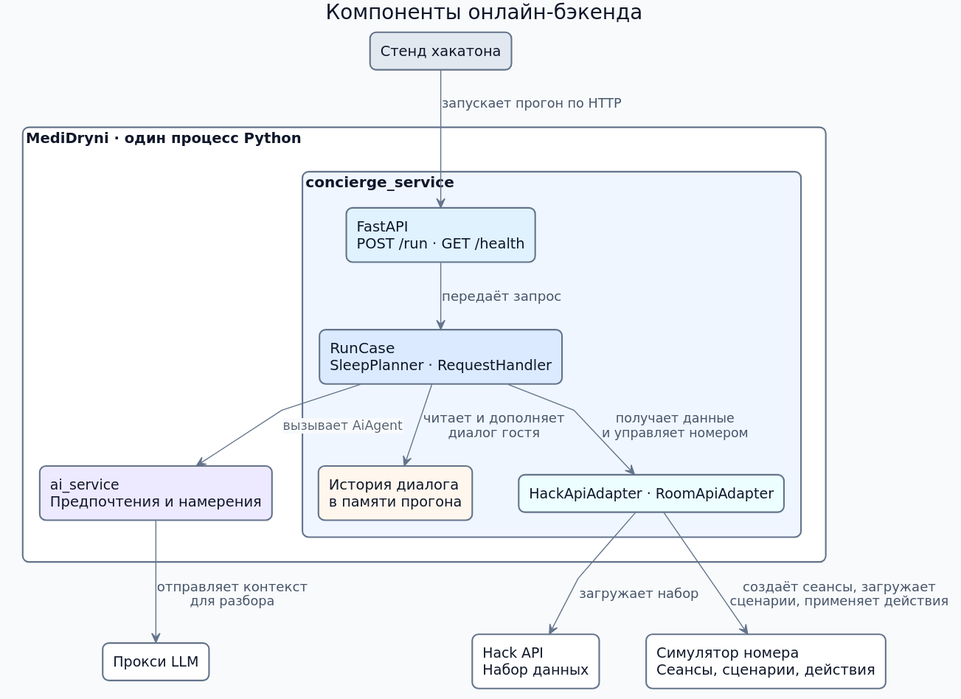
Krovenmor/sain-hack-2026-MediDryni keeps this PlantUML diagram as docs/plan/c2-component.svg. Above is the earlier version. Its source is kept beside it as docs/plan/c2-component.puml.
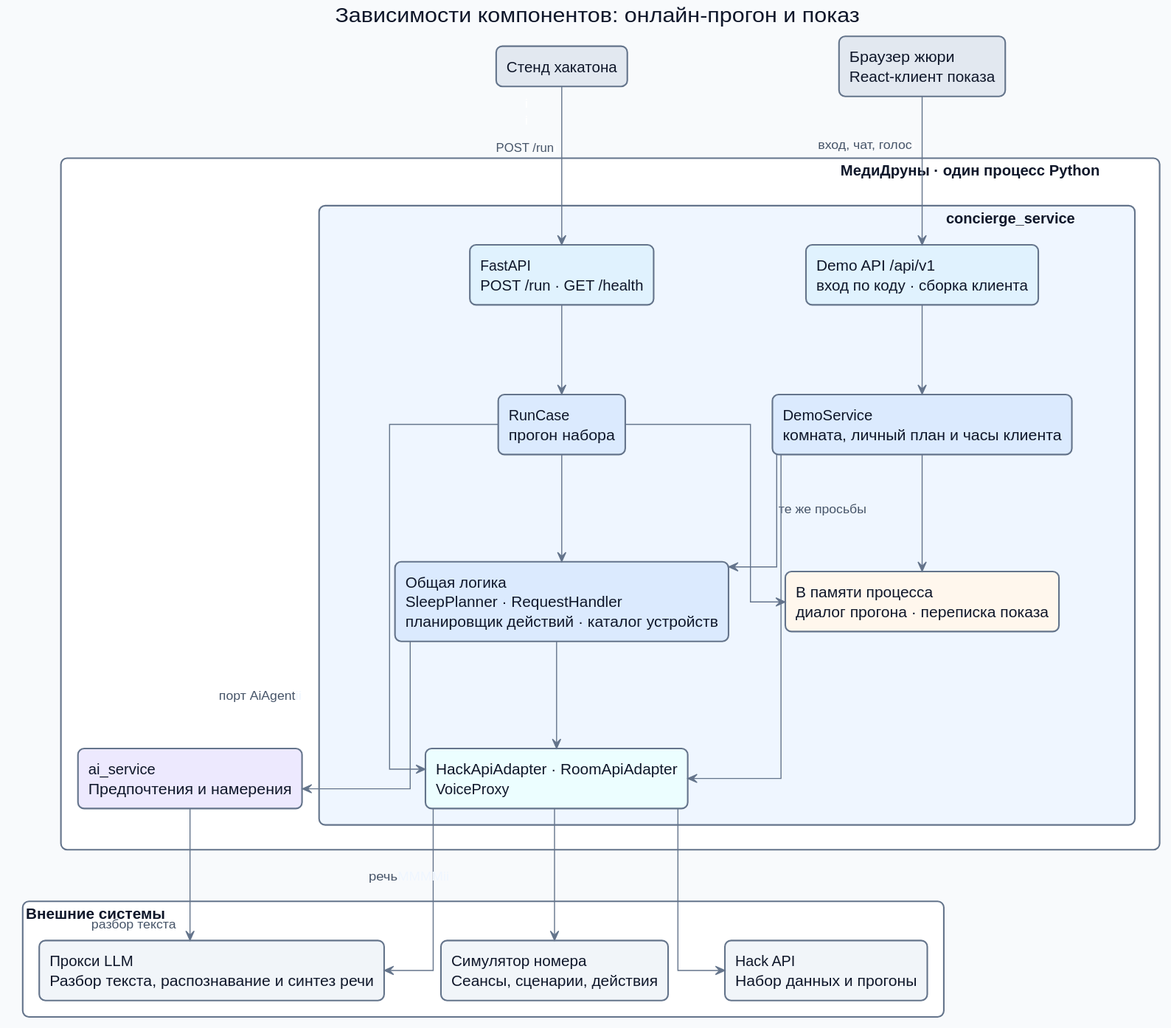
After the commit.

What changed in the source:
```diff
@@ -1,17 +1,18 @@
 @startuml
-title Компоненты онлайн-бэкенда
+title Зависимости компонентов: онлайн-прогон и показ
 
 skinparam backgroundColor #F8FAFC
-skinparam defaultFontName "DejaVu Sans"
+skinparam defaultFontName "Arial"
+skinparam titleFontName "Arial"
 skinparam defaultFontSize 14
 skinparam defaultFontColor #0F172A
 skinparam titleFontSize 20
 skinparam packageTitleAlignment left
 skinparam titleFontColor #0F172A
 skinparam shadowing false
-skinparam linetype polyline
-skinparam nodesep 45
-skinparam ranksep 50
+skinparam linetype ortho
+skinparam nodesep 55
+skinparam ranksep 85
 skinparam roundCorner 12
 skinparam ArrowColor #64748B
 skinparam ArrowFontColor #475569
@@ -22,27 +23,41 @@
 }
 
 rectangle "Стенд хакатона" as caller #E2E8F0
+rectangle "Браузер жюри\nReact-клиент показа" as browser #E2E8F0
 
-rectangle "MediDryni · один процесс Python" #FFFFFF {
-  rectangle "concierge_service" #EFF6FF {
+rectangle "                                                                                                                                                                                           МедиДруны · один процесс Python" #FFFFFF {
+  rectangle "ai_service\nПредпочтения и намерения" as ai #EDE9FE
+  rectangle "                                                                                                                                                        concierge_service" #EFF6FF {
     rectangle "FastAPI\nPOST /run · GET /health" as http #E0F2FE
-    rectangle "RunCase\nSleepPlanner · RequestHandler" as core #DBEAFE
-    rectangle "История диалога\nв памяти прогона" as store #FFF7ED
-    rectangle "HackApiAdapter · RoomApiAdapter" as adapters #ECFEFF
+    rectangle "Demo API /api/v1\nвход по коду · сборка клиента" as demohttp #E0F2FE
+    rectangle "RunCase\nпрогон набора" as core #DBEAFE
+    rectangle "DemoService\nкомната, личный план и часы клиента" as demo #DBEAFE
+    rectangle "Общая логика\nSleepPlanner · RequestHandler\nпланировщик действий · каталог устройств" as shared #DBEAFE
+    rectangle "В памяти процесса\nдиалог прогона · переписка показа" as store #FFF7ED
+    rectangle "HackApiAdapter · RoomApiAdapter\nVoiceProxy" as adapters #ECFEFF
   }
-  rectangle "ai_service\nПредпочтения и намерения" as ai #EDE9FE
 }
 
-rectangle "Hack API\nНабор данных" as dataset #FFFFFF
-rectangle "Симулятор номера\nСеансы, сценарии, действия" as room #FFFFFF
-rectangle "Прокси LLM" as llm #FFFFFF
+rectangle "Внешние системы" #FFFFFF {
+  rectangle "Hack API\nНабор данных и прогоны" as dataset #F1F5F9
+  rectangle "Симулятор номера\nСеансы, сценарии, действия" as room #F1F5F9
+  rectangle "Прокси LLM\nРазбор текста, распознавание и синтез речи" as llm #F1F5F9
+}
 
-caller --> http : запускает прогон по HTTP
-http --> core : передаёт запрос
-core --> ai : <back:#F8FAFC>вызывает AiAgent</back>
-core --> adapters : получает данные\nи управляет номером
-core --> store : читает и дополняет\nдиалог гостя
-adapters --> dataset : загружает набор
-adapters --> room : создаёт сеансы, загружает\nсценарии, применяет действия
-ai --> llm : отправляет контекст\nдля разбора
+caller "<color:#FFFFFF>i</color>\n<color:#FFFFFF>i</color>\n<size:1><color:#FFFFFF>i</color></size>\nPOST /run<color:#FFFFFF>i</color>" --> http
+browser "<size:1><color:#FFFFFF>i</color></size>\n<size:1><color:#FFFFFF>i</color></size>\n<size:1><color:#FFFFFF>i</color></size>\nвход, чат, голос<color:#FFFFFF>i</color>" --> demohttp
+http --> core
+demohttp --> demo
+core --> shared
+demo --> shared : те же просьбы
+core --> store
+demo --> store
+shared --> ai : порт AiAgent<color:#EFF6FF>ii</color>
+shared --> adapters
+core --> adapters
+demo --> adapters
+adapters --> dataset
+adapters --> room
+adapters --> llm : речь<color:#EFF6FF>MMMMii</color>
+ai --> "разбор текста" llm
 @enduml
```
